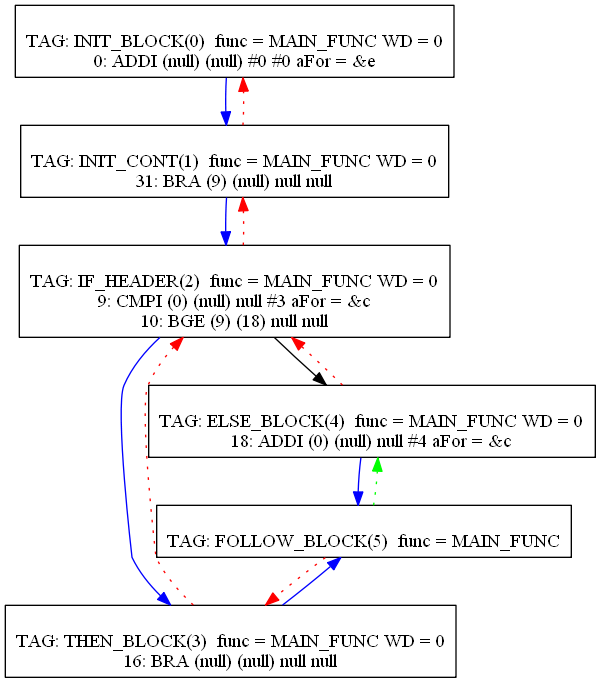
Above: Compiler/28graph.png in mbajaj92/Project-Astoria (Graphviz), before the change. Its source is kept beside it as Compiler/28graph.dot. Its diagram source:
```dot
digraph {
0[label="
TAG: INIT_BLOCK(0)  func = MAIN_FUNC WD = 0
0: ADDI (null) (null) #0 #0 aFor = &e
"];
0[shape=box];
0 -> 1[color=blue]
1[label="
TAG: INIT_CONT(1)  func = MAIN_FUNC WD = 0
31: BRA (9) (null) null null
"];
1[shape=box];
1 -> 2[color=blue]
1 -> 0[color=red][style=dotted]
2[label="
TAG: IF_HEADER(2)  func = MAIN_FUNC WD = 0
9: CMPI (0) (null) null #3 aFor = &c
10: BGE (9) (18) null null
"];
2[shape=box];
2 -> 3[color=blue]
2 -> 4[color=black]
2 -> 1[color=red][style=dotted]
3[label="
TAG: THEN_BLOCK(3)  func = MAIN_FUNC WD = 0
16: BRA (null) (null) null null
"];
3[shape=box];
3 -> 5[color=blue]
3 -> 2[color=red][style=dotted]
4[label="
TAG: ELSE_BLOCK(4)  func = MAIN_FUNC WD = 0
18: ADDI (0) (null) null #4 aFor = &c
"];
4[shape=box];
4 -> 5[color=blue]
4 -> 2[color=red][style=dotted]
5[label="
TAG: FOLLOW_BLOCK(5)  func = MAIN_FUNC
"];
5[shape=box];
5 -> 3[color=red][style=dotted]
5 -> 4[color=green][style=dotted]
}
```
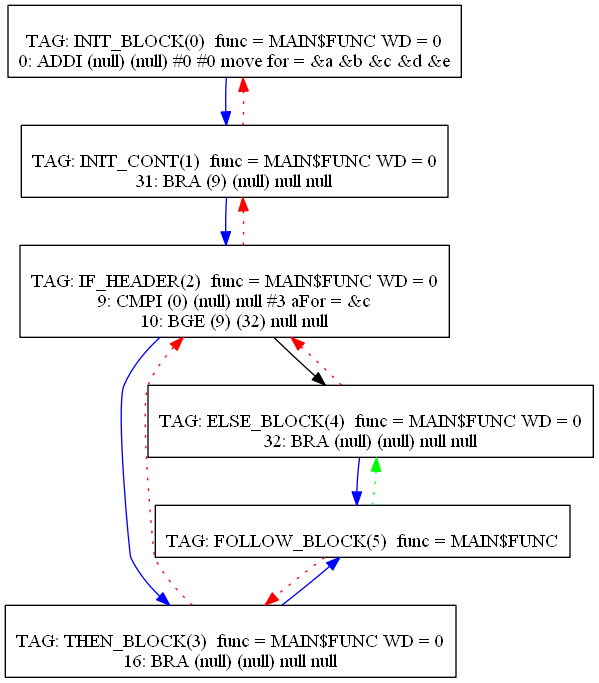
The same file after the commit.

What changed in the source:
```diff
@@ -1,42 +1,42 @@
 digraph {
 0[label="
-TAG: INIT_BLOCK(0)  func = MAIN_FUNC WD = 0
-0: ADDI (null) (null) #0 #0 aFor = &e
+TAG: INIT_BLOCK(0)  func = MAIN$FUNC WD = 0
+0: ADDI (null) (null) #0 #0 move for = &a &b &c &d &e
 "];
 0[shape=box];
 0 -> 1[color=blue]
 1[label="
-TAG: INIT_CONT(1)  func = MAIN_FUNC WD = 0
+TAG: INIT_CONT(1)  func = MAIN$FUNC WD = 0
 31: BRA (9) (null) null null
 "];
 1[shape=box];
 1 -> 2[color=blue]
 1 -> 0[color=red][style=dotted]
 2[label="
-TAG: IF_HEADER(2)  func = MAIN_FUNC WD = 0
+TAG: IF_HEADER(2)  func = MAIN$FUNC WD = 0
 9: CMPI (0) (null) null #3 aFor = &c
-10: BGE (9) (18) null null
+10: BGE (9) (32) null null
 "];
 2[shape=box];
 2 -> 3[color=blue]
 2 -> 4[color=black]
 2 -> 1[color=red][style=dotted]
 3[label="
-TAG: THEN_BLOCK(3)  func = MAIN_FUNC WD = 0
+TAG: THEN_BLOCK(3)  func = MAIN$FUNC WD = 0
 16: BRA (null) (null) null null
 "];
 3[shape=box];
 3 -> 5[color=blue]
 3 -> 2[color=red][style=dotted]
 4[label="
-TAG: ELSE_BLOCK(4)  func = MAIN_FUNC WD = 0
-18: ADDI (0) (null) null #4 aFor = &c
+TAG: ELSE_BLOCK(4)  func = MAIN$FUNC WD = 0
+32: BRA (null) (null) null null
 "];
 4[shape=box];
 4 -> 5[color=blue]
 4 -> 2[color=red][style=dotted]
 5[label="
-TAG: FOLLOW_BLOCK(5)  func = MAIN_FUNC
+TAG: FOLLOW_BLOCK(5)  func = MAIN$FUNC
 "];
 5[shape=box];
 5 -> 3[color=red][style=dotted]
```
